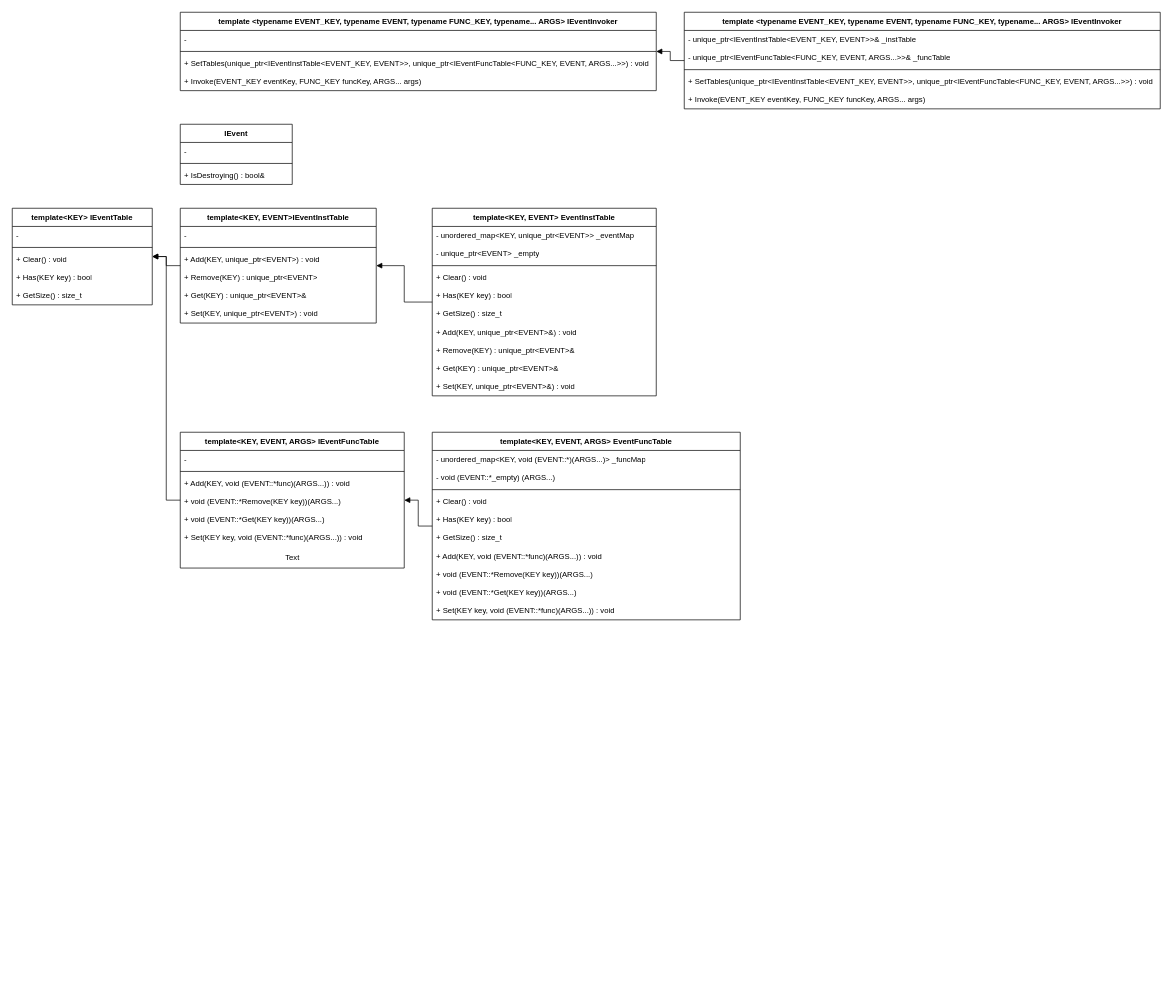
Above: page "Event" (2 of 7) of docs/module/class.drawio in Tanso-mct/Minecraft-DirectX (draw.io), before the change. Source tidied: cells renumbered, new cells numbered last; positions are measured from the earlier drawing's top-left corner, leaving out a move shared by most shapes. Both pictures are drawn from the tidied source at 70%, with x=0, y=0 at pixel (12, 12).
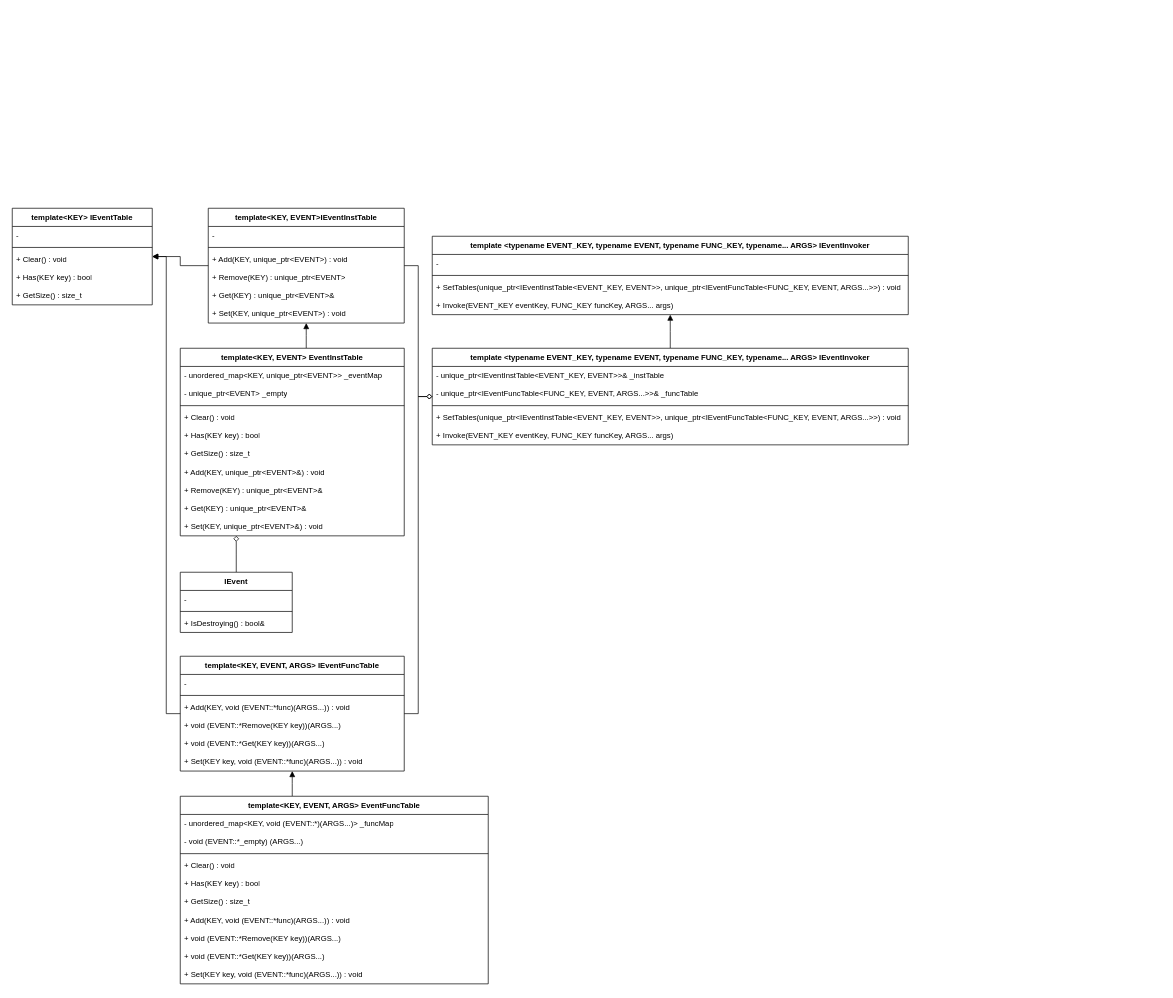
The same diagram, later.

Commit message (it also covers changes not shown here):
[NEED CONTINUE]Progress in creating class diagrams.

The edit, as a diff of the source:
```diff
@@
+    <mxCell id="65" style="edgeStyle=elbowEdgeStyle;shape=connector;rounded=0;html=1;strokeColor=default;align=center;verticalAlign=middle;fontFamily=Helvetica;fontSize=11;fontColor=default;labelBackgroundColor=default;endArrow=diamond;endFill=0;" parent="1" edge="1" source="3" target="59">
+      <mxGeometry relative="1" as="geometry" />
+    </mxCell>
     <mxCell id="3" value="template&amp;lt;KEY, EVENT&amp;gt;IEventInstTable" style="swimlane;fontStyle=1;align=center;verticalAlign=top;horizontal=1;startSize=26;whiteSpace=wrap;html=1;fontFamily=Helvetica;fontSize=11;fontColor=default;labelBackgroundColor=default;" parent="1" vertex="1">
-      <mxGeometry x="240" y="280" width="280" height="164" as="geometry" />
+      <mxGeometry x="280" y="280" width="280" height="164" as="geometry" />
     </mxCell>
@@
+    <mxCell id="66" style="edgeStyle=elbowEdgeStyle;shape=connector;rounded=0;html=1;strokeColor=default;align=center;verticalAlign=middle;fontFamily=Helvetica;fontSize=11;fontColor=default;labelBackgroundColor=default;endArrow=diamond;endFill=0;" parent="1" edge="1" source="10" target="35">
+      <mxGeometry relative="1" as="geometry" />
+    </mxCell>
     <mxCell id="10" value="IEvent" style="swimlane;fontStyle=1;align=center;verticalAlign=top;horizontal=1;startSize=26;whiteSpace=wrap;html=1;fontFamily=Helvetica;fontSize=11;fontColor=default;labelBackgroundColor=default;" parent="1" vertex="1">
-      <mxGeometry x="240" y="160" width="160" height="86" as="geometry" />
+      <mxGeometry x="240" y="800" width="160" height="86" as="geometry" />
     </mxCell>
@@
+    <mxCell id="67" style="edgeStyle=elbowEdgeStyle;shape=connector;rounded=0;html=1;strokeColor=default;align=center;verticalAlign=middle;fontFamily=Helvetica;fontSize=11;fontColor=default;labelBackgroundColor=default;endArrow=diamond;endFill=0;" parent="1" edge="1" source="15" target="59">
+      <mxGeometry relative="1" as="geometry" />
+    </mxCell>
     <mxCell id="15" value="template&amp;lt;KEY, EVENT, ARGS&amp;gt; IEventFuncTable" style="swimlane;fontStyle=1;align=center;verticalAlign=top;horizontal=1;startSize=26;whiteSpace=wrap;html=1;fontFamily=Helvetica;fontSize=11;fontColor=default;labelBackgroundColor=default;" parent="1" vertex="1">
-      <mxGeometry x="240" y="600" width="320" height="194" as="geometry" />
+      <mxGeometry x="240" y="920" width="320" height="164" as="geometry" />
     </mxCell>
@@
-    <mxCell id="22" value="Text" style="text;html=1;align=center;verticalAlign=middle;fontFamily=Helvetica;fontSize=11;fontColor=default;labelBackgroundColor=default;" parent="15" vertex="1">
-      <mxGeometry y="164" width="320" height="30" as="geometry" />
-    </mxCell>
     <mxCell id="23" value="template &amp;lt;typename EVENT_KEY, typename EVENT, typename FUNC_KEY, typename... ARGS&amp;gt; IEventInvoker" style="swimlane;fontStyle=1;align=center;verticalAlign=top;horizontal=1;startSize=26;whiteSpace=wrap;html=1;fontFamily=Helvetica;fontSize=11;fontColor=default;labelBackgroundColor=default;" parent="1" vertex="1">
-      <mxGeometry x="240" width="680" height="112" as="geometry" />
+      <mxGeometry x="600" y="320" width="680" height="112" as="geometry" />
     </mxCell>
@@
     <mxCell id="35" value="template&amp;lt;KEY, EVENT&amp;gt; EventInstTable" style="swimlane;fontStyle=1;align=center;verticalAlign=top;horizontal=1;startSize=26;whiteSpace=wrap;html=1;fontFamily=Helvetica;fontSize=11;fontColor=default;labelBackgroundColor=default;" parent="1" vertex="1">
-      <mxGeometry x="600" y="280" width="320" height="268" as="geometry" />
+      <mxGeometry x="240" y="480" width="320" height="268" as="geometry" />
     </mxCell>
@@
     <mxCell id="47" value="template&amp;lt;KEY, EVENT, ARGS&amp;gt; EventFuncTable" style="swimlane;fontStyle=1;align=center;verticalAlign=top;horizontal=1;startSize=26;whiteSpace=wrap;html=1;fontFamily=Helvetica;fontSize=11;fontColor=default;labelBackgroundColor=default;" parent="1" vertex="1">
-      <mxGeometry x="600" y="600" width="440" height="268" as="geometry" />
+      <mxGeometry x="240" y="1120" width="440" height="268" as="geometry" />
     </mxCell>
@@
     <mxCell id="59" value="template &amp;lt;typename EVENT_KEY, typename EVENT, typename FUNC_KEY, typename... ARGS&amp;gt; IEventInvoker" style="swimlane;fontStyle=1;align=center;verticalAlign=top;horizontal=1;startSize=26;whiteSpace=wrap;html=1;fontFamily=Helvetica;fontSize=11;fontColor=default;labelBackgroundColor=default;" parent="1" vertex="1">
-      <mxGeometry x="960" width="680" height="138" as="geometry" />
+      <mxGeometry x="600" y="480" width="680" height="138" as="geometry" />
     </mxCell>
```
